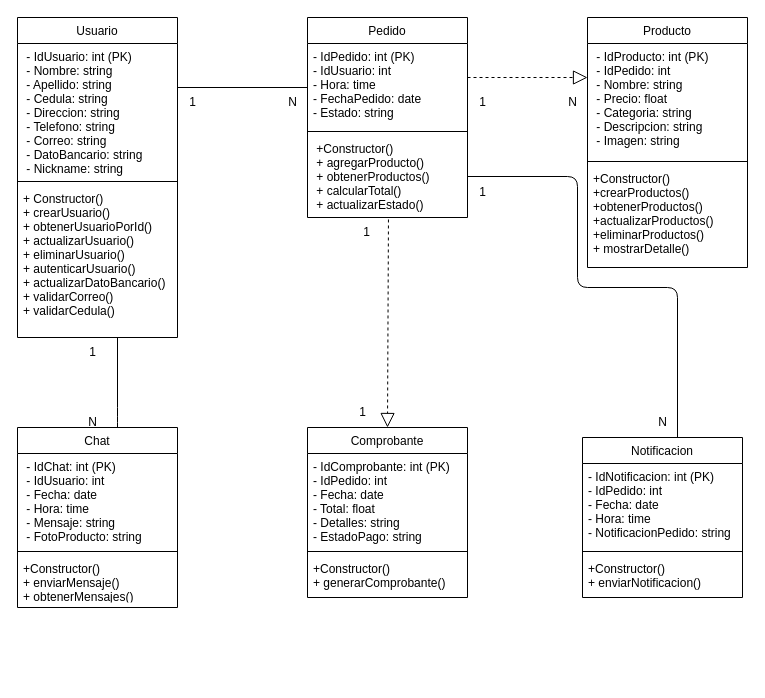
This is DiagramaClasesKamiapp.drawio from DarkJ-18/DiagramaClasesKamiapp, a draw.io file, before an edit. Source tidied: cells renumbered, new cells numbered last; positions are measured from the earlier drawing's top-left corner, leaving out a move shared by most shapes. Both pictures are drawn from the tidied source at 100%, with x=0, y=0 at pixel (17, 17).
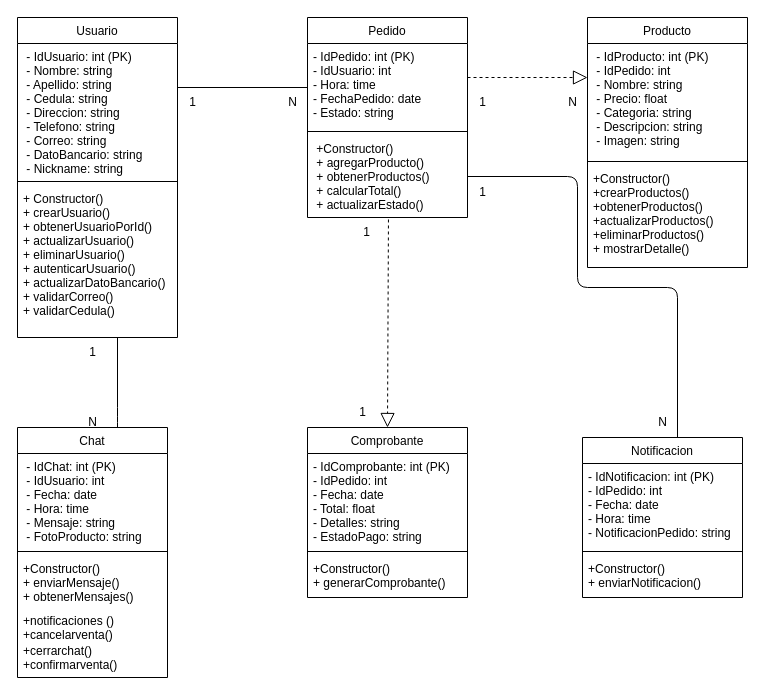
After the change.

Commit message:
Añadiendo funciones a (CHAT)

Diff of the diagram source:
```diff
@@
     <mxCell id="6" value="Chat" style="swimlane;fontStyle=0;align=center;verticalAlign=top;horizontal=1;startSize=26;rounded=0;shadow=0;strokeWidth=1;fontSize=12;" parent="1" vertex="1">
-      <mxGeometry y="410" width="160" height="180" as="geometry" />
+      <mxGeometry y="410" width="150" height="250" as="geometry" />
     </mxCell>
     <mxCell id="7" value=" - IdChat: int (PK) &#10; - IdUsuario: int&#10; - Fecha: date&#10; - Hora: time&#10; - Mensaje: string&#10; - FotoProducto: string" style="text;align=left;verticalAlign=top;spacingLeft=4;spacingRight=4;overflow=hidden;fontSize=12;" parent="6" vertex="1">
-      <mxGeometry y="26" width="160" height="94" as="geometry" />
+      <mxGeometry y="26" width="150" height="94" as="geometry" />
     </mxCell>
     <mxCell id="8" style="line;html=1;strokeWidth=1;align=left;verticalAlign=middle;spacingTop=-1;spacingLeft=3;spacingRight=3;labelPosition=right;fontSize=12;" parent="6" vertex="1">
-      <mxGeometry y="120" width="160" height="8" as="geometry" />
+      <mxGeometry y="120" width="150" height="8" as="geometry" />
     </mxCell>
     <mxCell id="9" value="+Constructor()&#10;+ enviarMensaje()&#10;+ obtenerMensajes()" style="text;align=left;verticalAlign=top;spacingLeft=4;spacingRight=4;overflow=hidden;fontSize=12;" parent="6" vertex="1">
-      <mxGeometry y="128" width="160" height="42" as="geometry" />
+      <mxGeometry y="128" width="150" height="52" as="geometry" />
     </mxCell>
+    <mxCell id="41" value="+notificaciones ()&#10;+cancelarventa()" style="text;align=left;verticalAlign=top;spacingLeft=4;spacingRight=4;overflow=hidden;fontSize=12;" parent="6" vertex="1">
+      <mxGeometry y="180" width="150" height="30" as="geometry" />
+    </mxCell>
+    <mxCell id="42" value="+cerrarchat()&#10;+confirmarventa()" style="text;align=left;verticalAlign=top;spacingLeft=4;spacingRight=4;overflow=hidden;fontSize=12;" parent="6" vertex="1">
+      <mxGeometry y="210" width="150" height="40" as="geometry" />
+    </mxCell>
```
